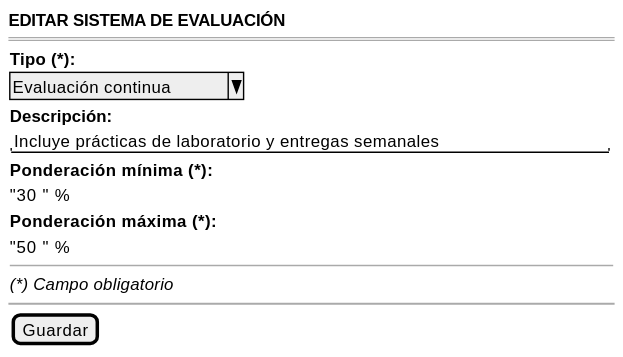
This is images/RUP/01-requisitos/03-detalle-casos-uso/editarSistemaEvaluacion/wireframe.svg from mmasias/pyCeldaPublico, a PlantUML export, as it was before one commit.
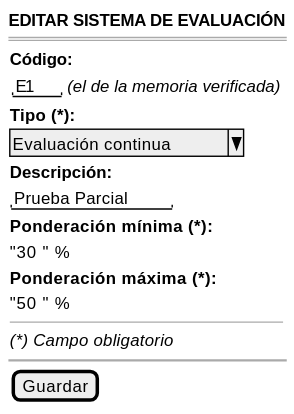
The same diagram one commit later.

Change to the diagram source:
```diff
@@ -3,10 +3,12 @@
     <b>EDITAR SISTEMA DE EVALUACIÓN</b>
     ====
     {
+        <b>Código:</b>
+        {"E1  " | <i>(el de la memoria verificada)</i>}
         <b>Tipo (*):</b>
         ^Evaluación continua^
         <b>Descripción:</b>
-        "Incluye prácticas de laboratorio y entregas semanales"
+        "Prueba Parcial"
         <b>Ponderación mínima (*):</b>
         "30  " %
         <b>Ponderación máxima (*):</b>
```
